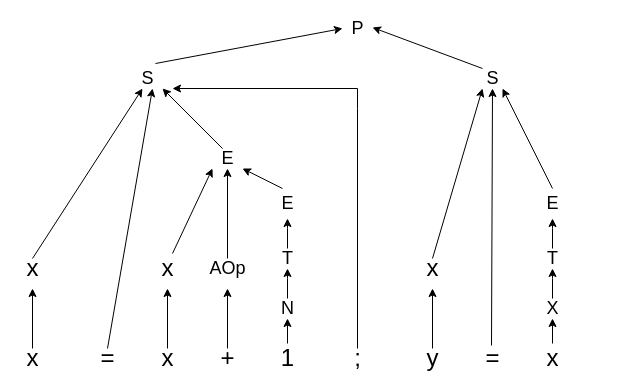
Above: page "Expression 1" (1 of 3) of Untitled Diagram.drawio in tranthanhthuy0905/Lab5c (draw.io), before the change. Source tidied: cells renumbered, new cells numbered last; positions are measured from the earlier drawing's top-left corner, leaving out a move shared by most shapes. Both pictures are drawn from the tidied source at 100%, with x=0, y=0 at pixel (17, 18).
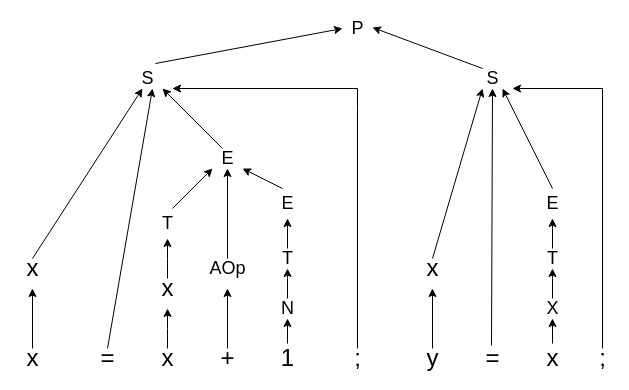
After the change.

The change refers to these unchanged cells:
```xml
<mxCell id="6" value="&lt;font style=&quot;font-size: 24px&quot;&gt;x&lt;/font&gt;" style="text;html=1;align=center;verticalAlign=middle;points=[];strokeColor=none;fillColor=none;" parent="1" vertex="1">
  <mxGeometry x="135" y="330" width="30" height="20" as="geometry" />
</mxCell>
```

What changed in the source:
```diff
@@
     <mxCell id="5" style="edgeStyle=orthogonalEdgeStyle;rounded=0;jettySize=auto;html=1;fontSize=24;" parent="1" edge="1" source="6">
       <mxGeometry relative="1" as="geometry">
-        <mxPoint x="150" y="270" as="targetPoint" />
+        <mxPoint x="150" y="290" as="targetPoint" />
       </mxGeometry>
     </mxCell>
@@
+    <mxCell id="47" style="edgeStyle=orthogonalEdgeStyle;rounded=0;jettySize=auto;html=1;fontSize=18;" parent="1" edge="1" source="18">
+      <mxGeometry relative="1" as="geometry">
+        <mxPoint x="150" y="220" as="targetPoint" />
+      </mxGeometry>
+    </mxCell>
     <mxCell id="18" value="&lt;font style=&quot;font-size: 24px&quot;&gt;x&lt;/font&gt;" style="text;html=1;align=center;verticalAlign=middle;points=[];strokeColor=none;fillColor=none;" parent="1" vertex="1">
-      <mxGeometry x="135" y="240" width="30" height="20" as="geometry" />
+      <mxGeometry x="135" y="260" width="30" height="20" as="geometry" />
     </mxCell>
@@
     <mxCell id="27" style="endArrow=classic;html=1;rounded=0;fontSize=18;" parent="1" edge="1">
       <mxGeometry relative="1" as="geometry">
-        <mxPoint x="155" y="235" as="sourcePoint" />
+        <mxPoint x="155" y="190" as="sourcePoint" />
         <mxPoint x="195" y="150" as="targetPoint" />
       </mxGeometry>
     </mxCell>
@@
+    <mxCell id="48" value="&lt;font style=&quot;font-size: 18px&quot;&gt;T&lt;/font&gt;" style="text;html=1;align=center;verticalAlign=middle;strokeColor=none;fillColor=none;" parent="1" vertex="1">
+      <mxGeometry x="135" y="195" width="30" height="20" as="geometry" />
+    </mxCell>
+    <mxCell id="49" style="edgeStyle=orthogonalEdgeStyle;rounded=0;jettySize=auto;html=1;fontSize=18;fontColor=#FF0000;strokeColor=#000000;fillColor=#FF0505;" parent="1" edge="1" source="50">
+      <mxGeometry relative="1" as="geometry">
+        <mxPoint x="495" y="70" as="targetPoint" />
+        <Array as="points">
+          <mxPoint x="585" y="70" />
+          <mxPoint x="585" y="70" />
+        </Array>
+      </mxGeometry>
+    </mxCell>
+    <mxCell id="50" value="&lt;font style=&quot;font-size: 24px&quot;&gt;;&lt;/font&gt;" style="text;html=1;align=center;verticalAlign=middle;points=[];strokeColor=none;fillColor=none;" parent="1" vertex="1">
+      <mxGeometry x="575" y="330" width="20" height="20" as="geometry" />
+    </mxCell>
```
